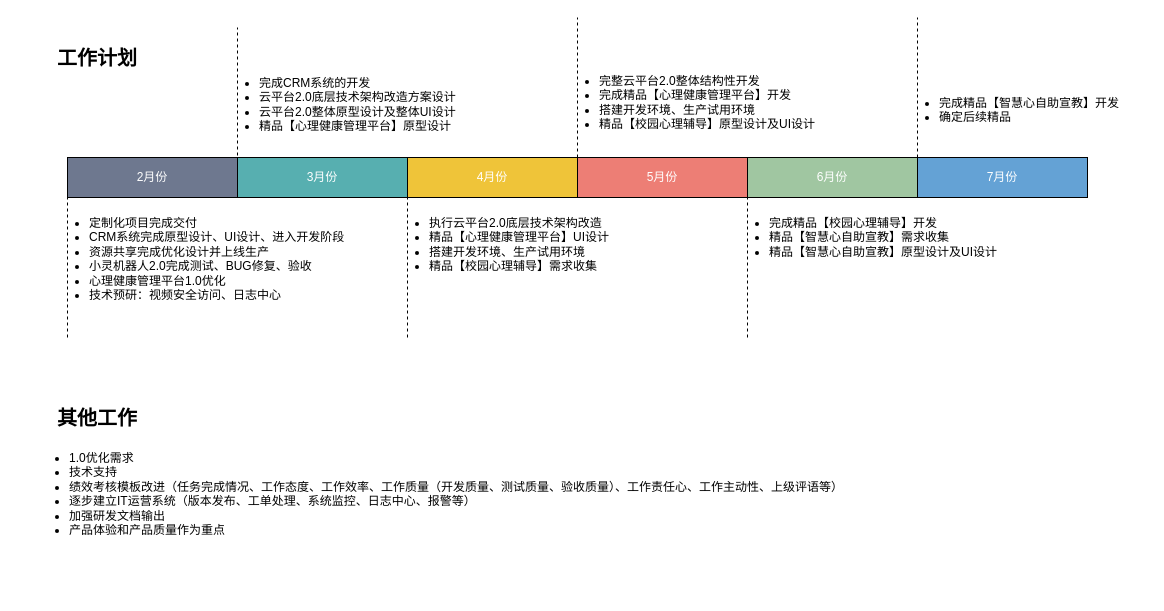
Above: page "第 3 页" (3 of 4) of diagrams/里程.drawio in dengyulong/PublicStore (draw.io), before the change. Source tidied: cells renumbered, new cells numbered last; positions are measured from the earlier drawing's top-left corner, leaving out a move shared by most shapes. Both pictures are drawn from the tidied source at 100%, with x=0, y=0 at pixel (17, 17).
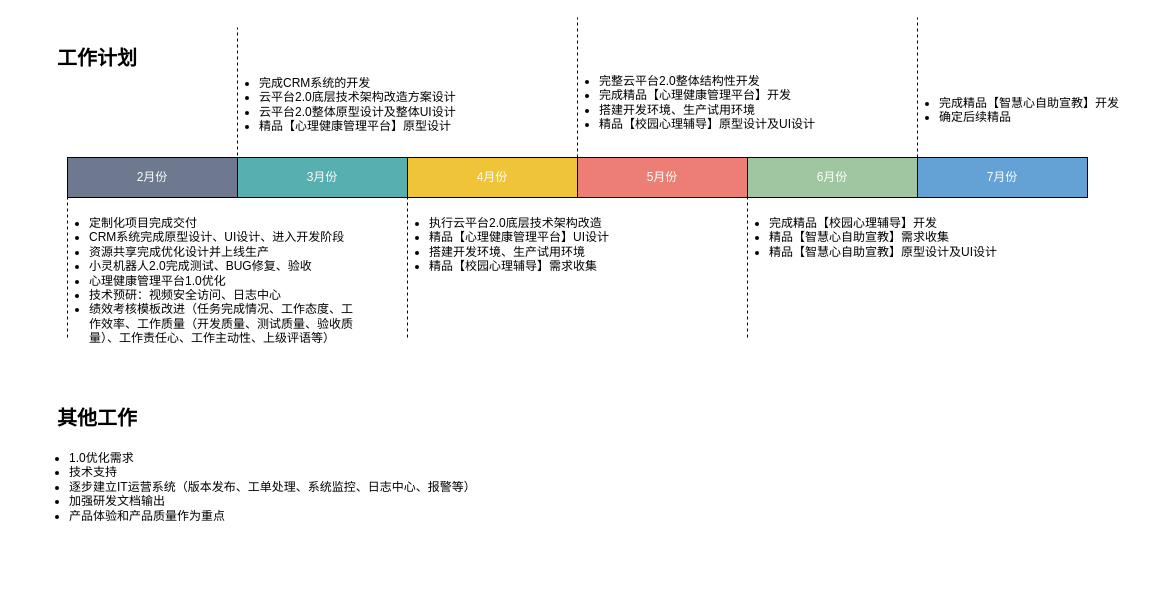
Above is the later version.

The edit, as a diff of the source:
```diff
@@
-    <mxCell id="10" value="&lt;ul&gt;&lt;li&gt;定制化项目完成交付&lt;/li&gt;&lt;li style=&quot;&quot;&gt;CRM系统完成原型设计、UI设计、进入开发阶段&lt;/li&gt;&lt;li style=&quot;&quot;&gt;资源共享完成优化设计并上线生产&lt;/li&gt;&lt;li style=&quot;&quot;&gt;小灵机器人2.0完成测试、BUG修复、验收&lt;/li&gt;&lt;li style=&quot;&quot;&gt;心理健康管理平台1.0优化&lt;br&gt;&lt;/li&gt;&lt;li style=&quot;&quot;&gt;技术预研：视频安全访问、日志中心&lt;/li&gt;&lt;/ul&gt;" style="text;html=1;align=left;verticalAlign=top;whiteSpace=wrap;rounded=0;sketch=0;" parent="1" vertex="1">
-      <mxGeometry x="30" y="180" width="310" height="120" as="geometry" />
+    <mxCell id="10" value="&lt;ul&gt;&lt;li&gt;定制化项目完成交付&lt;/li&gt;&lt;li style=&quot;&quot;&gt;CRM系统完成原型设计、UI设计、进入开发阶段&lt;/li&gt;&lt;li style=&quot;&quot;&gt;资源共享完成优化设计并上线生产&lt;/li&gt;&lt;li style=&quot;&quot;&gt;小灵机器人2.0完成测试、BUG修复、验收&lt;/li&gt;&lt;li style=&quot;&quot;&gt;心理健康管理平台1.0优化&lt;br&gt;&lt;/li&gt;&lt;li style=&quot;&quot;&gt;技术预研：视频安全访问、日志中心&lt;/li&gt;&lt;li style=&quot;border-color: var(--border-color);&quot;&gt;绩效考核模板改进（任务完成情况、工作态度、工作效率、工作质量（开发质量、测试质量、验收质量）、工作责任心、工作主动性、上级评语等）&lt;/li&gt;&lt;/ul&gt;" style="text;html=1;align=left;verticalAlign=top;whiteSpace=wrap;rounded=0;sketch=0;" parent="1" vertex="1">
+      <mxGeometry x="30" y="180" width="310" height="165" as="geometry" />
     </mxCell>
@@
-    <mxCell id="22" value="&lt;ul&gt;&lt;li&gt;1.0优化需求&lt;/li&gt;&lt;li style=&quot;&quot;&gt;技术支持&lt;/li&gt;&lt;li style=&quot;&quot;&gt;绩效考核模板改进（任务完成情况、工作态度、工作效率、工作质量（开发质量、测试质量、验收质量）、工作责任心、工作主动性、上级评语等）&lt;/li&gt;&lt;li style=&quot;&quot;&gt;逐步建立IT运营系统（版本发布、工单处理、系统监控、日志中心、报警等）&lt;/li&gt;&lt;li style=&quot;&quot;&gt;加强研发文档输出&lt;/li&gt;&lt;li style=&quot;&quot;&gt;产品体验和产品质量作为重点&lt;/li&gt;&lt;/ul&gt;" style="text;html=1;align=left;verticalAlign=top;whiteSpace=wrap;rounded=0;sketch=0;" parent="1" vertex="1">
-      <mxGeometry x="10" y="415" width="940" height="161.5" as="geometry" />
+    <mxCell id="22" value="&lt;ul&gt;&lt;li&gt;1.0优化需求&lt;/li&gt;&lt;li style=&quot;&quot;&gt;技术支持&lt;/li&gt;&lt;li style=&quot;&quot;&gt;逐步建立IT运营系统（版本发布、工单处理、系统监控、日志中心、报警等）&lt;/li&gt;&lt;li style=&quot;&quot;&gt;加强研发文档输出&lt;/li&gt;&lt;li style=&quot;&quot;&gt;产品体验和产品质量作为重点&lt;/li&gt;&lt;/ul&gt;" style="text;html=1;align=left;verticalAlign=top;whiteSpace=wrap;rounded=0;sketch=0;" parent="1" vertex="1">
+      <mxGeometry x="10" y="415" width="940" height="120" as="geometry" />
     </mxCell>
```
